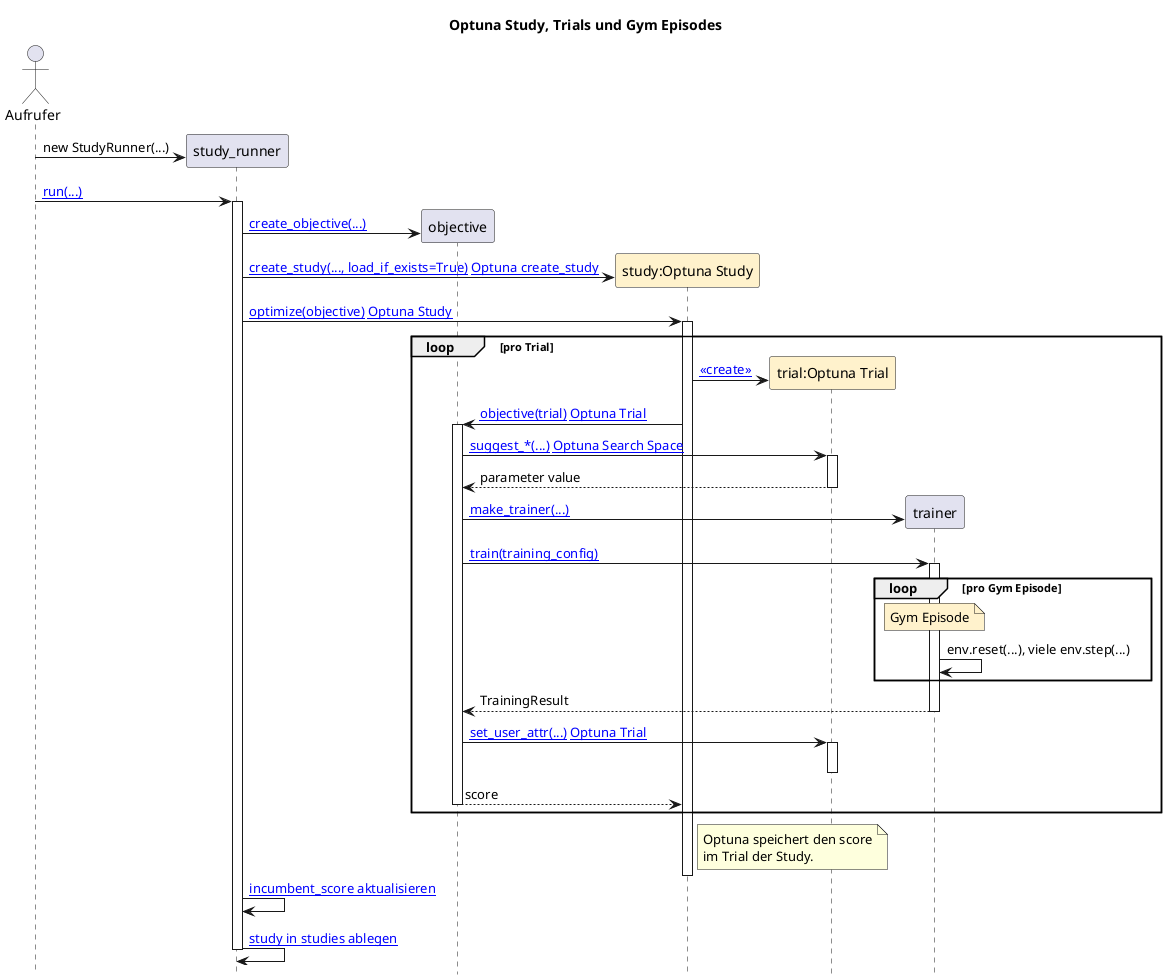
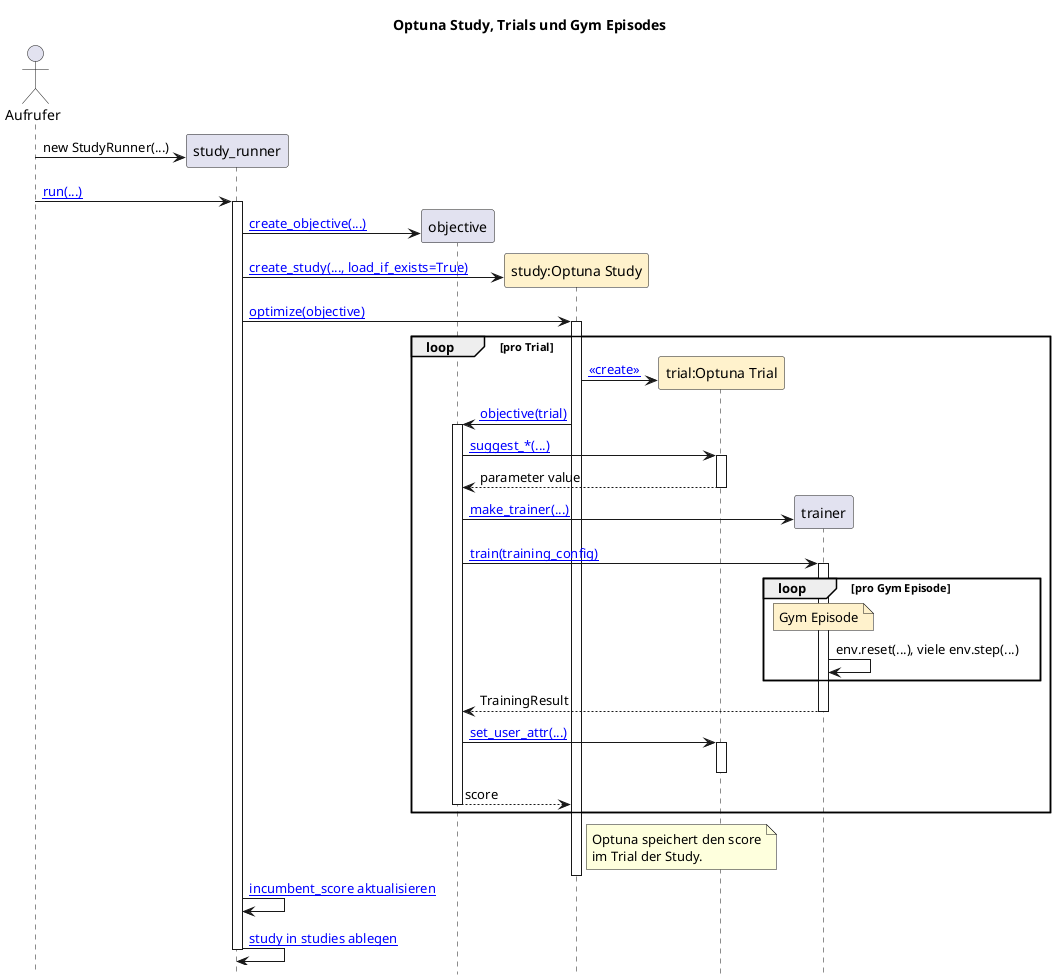
@startuml
title Optuna Study, Trials und Gym Episodes

hide footbox

actor "Aufrufer" as Caller

participant "study_runner" as Runner
participant "objective" as Objective
participant "study:Optuna Study" as Study #FFF2CC
participant "trial:Optuna Trial" as Trial #FFF2CC
participant "trainer" as Trainer

url of Runner is [[vscode://file/C:/Users/mwehle/Documents/_P/KI/rl_lab/hpo/src/hpo/study.py:52:1]]
url of Objective is [[vscode://file/C:/Users/mwehle/Documents/_P/KI/rl_lab/hpo/src/hpo/objective.py:134:1]]
url of Study is [[vscode://file/C:/Users/mwehle/Documents/_P/KI/rl_lab/hpo/src/hpo/study.py:279:1]]
url of Trial is [[vscode://file/C:/Users/mwehle/Documents/_P/KI/rl_lab/hpo/src/hpo/objective.py:142:1]]
url of Trainer is [[vscode://file/C:/Users/mwehle/Documents/_P/KI/rl_lab/dqn/src/dqn/vector_training.py:115:1]]

create Runner
Caller -> Runner: new StudyRunner(...)

Caller -> Runner: [[vscode://file/C:/Users/mwehle/Documents/_P/KI/rl_lab/hpo/src/hpo/study.py:71:1 run(...)]]
activate Runner

create Objective
Runner -> Objective: [[vscode://file/C:/Users/mwehle/Documents/_P/KI/rl_lab/hpo/src/hpo/objective.py:134:1 create_objective(...)]]

create Study
- Runner -> Study: [[vscode://file/C:/Users/mwehle/Documents/_P/KI/rl_lab/hpo/src/hpo/study.py:279:1 create_study(..., load_if_exists=True)]] [[https://optuna.readthedocs.io/en/stable/reference/generated/optuna.study.create_study.html Optuna create_study]]
+ Runner -> Study: [[vscode://file/C:/Users/mwehle/Documents/_P/KI/rl_lab/hpo/src/hpo/study.py:279:1 create_study(..., load_if_exists=True)]]

- Runner -> Study: [[vscode://file/C:/Users/mwehle/Documents/_P/KI/rl_lab/hpo/src/hpo/study.py:173:1 optimize(objective)]] [[https://optuna.readthedocs.io/en/stable/reference/generated/optuna.study.Study.html Optuna Study]]
+ Runner -> Study: [[vscode://file/C:/Users/mwehle/Documents/_P/KI/rl_lab/hpo/src/hpo/study.py:173:1 optimize(objective)]]
activate Study

loop pro Trial
    create Trial
    Study -> Trial: [[https://optuna.readthedocs.io/en/stable/reference/generated/optuna.trial.Trial.html <<create>>]]

-     Study -> Objective: [[vscode://file/C:/Users/mwehle/Documents/_P/KI/rl_lab/hpo/src/hpo/objective.py:142:1 objective(trial)]] [[https://optuna.readthedocs.io/en/stable/reference/generated/optuna.trial.Trial.html Optuna Trial]]
+     Study -> Objective: [[vscode://file/C:/Users/mwehle/Documents/_P/KI/rl_lab/hpo/src/hpo/objective.py:142:1 objective(trial)]]
    activate Objective

-     Objective -> Trial: [[vscode://file/C:/Users/mwehle/Documents/_P/KI/rl_lab/hpo/src/hpo/objective.py:143:1 suggest_*(...)]] [[https://optuna.readthedocs.io/en/stable/tutorial/10_key_features/002_configurations.html Optuna Search Space]]
+     Objective -> Trial: [[vscode://file/C:/Users/mwehle/Documents/_P/KI/rl_lab/hpo/src/hpo/objective.py:143:1 suggest_*(...)]]
    activate Trial
    Trial --> Objective: parameter value
    deactivate Trial

    create Trainer
    Objective -> Trainer: [[vscode://file/C:/Users/mwehle/Documents/_P/KI/rl_lab/hpo/src/hpo/objective.py:156:1 make_trainer(...)]]

    Objective -> Trainer: [[vscode://file/C:/Users/mwehle/Documents/_P/KI/rl_lab/dqn/src/dqn/vector_training.py:166:1 train(training_config)]]
    activate Trainer

    loop pro Gym Episode
        note over Trainer #FFF2CC: Gym Episode
        Trainer -> Trainer: env.reset(...), viele env.step(...)
    end

    Trainer --> Objective: TrainingResult
    deactivate Trainer

-     Objective -> Trial: [[vscode://file/C:/Users/mwehle/Documents/_P/KI/rl_lab/hpo/src/hpo/objective.py:186:1 set_user_attr(...)]] [[https://optuna.readthedocs.io/en/stable/reference/generated/optuna.trial.Trial.html Optuna Trial]]
+     Objective -> Trial: [[vscode://file/C:/Users/mwehle/Documents/_P/KI/rl_lab/hpo/src/hpo/objective.py:186:1 set_user_attr(...)]]
    activate Trial
    deactivate Trial

    Objective --> Study: score
    deactivate Objective
end

note right of Study
    Optuna speichert den score
    im Trial der Study.
end note

deactivate Study

Runner -> Runner: [[vscode://file/C:/Users/mwehle/Documents/_P/KI/rl_lab/hpo/src/hpo/study.py:114:1 incumbent_score aktualisieren]]
Runner -> Runner: [[vscode://file/C:/Users/mwehle/Documents/_P/KI/rl_lab/hpo/src/hpo/study.py:123:1 study in studies ablegen]]

deactivate Runner

@enduml
